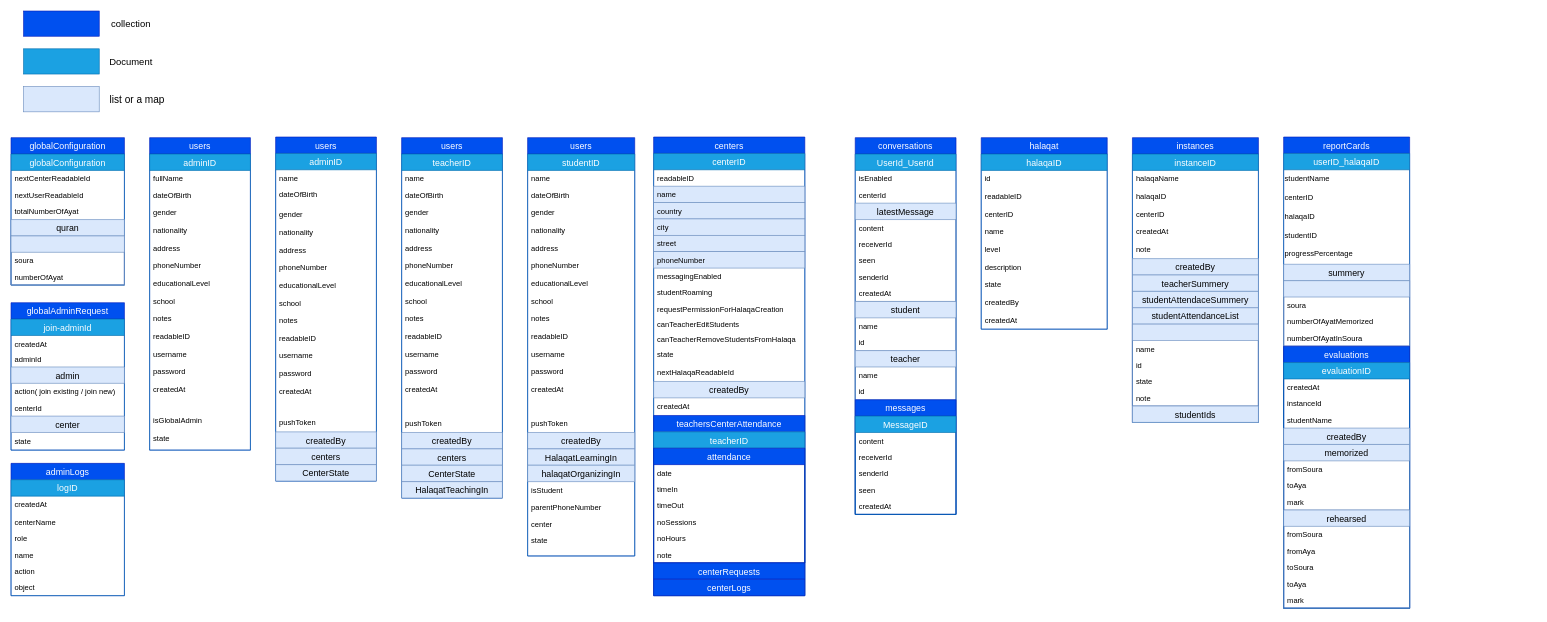
Yacine-Benali/al_halaqat keeps this draw.io diagram as page "Page-1" (1 of 3) of db_design/al halaqate.drawio. Above is the earlier version. Source tidied: cells renumbered, new cells numbered last; positions are measured from the earlier drawing's top-left corner, leaving out a move shared by most shapes. Both pictures are drawn from the tidied source at 63%, with x=0, y=0 at pixel (11, 11).
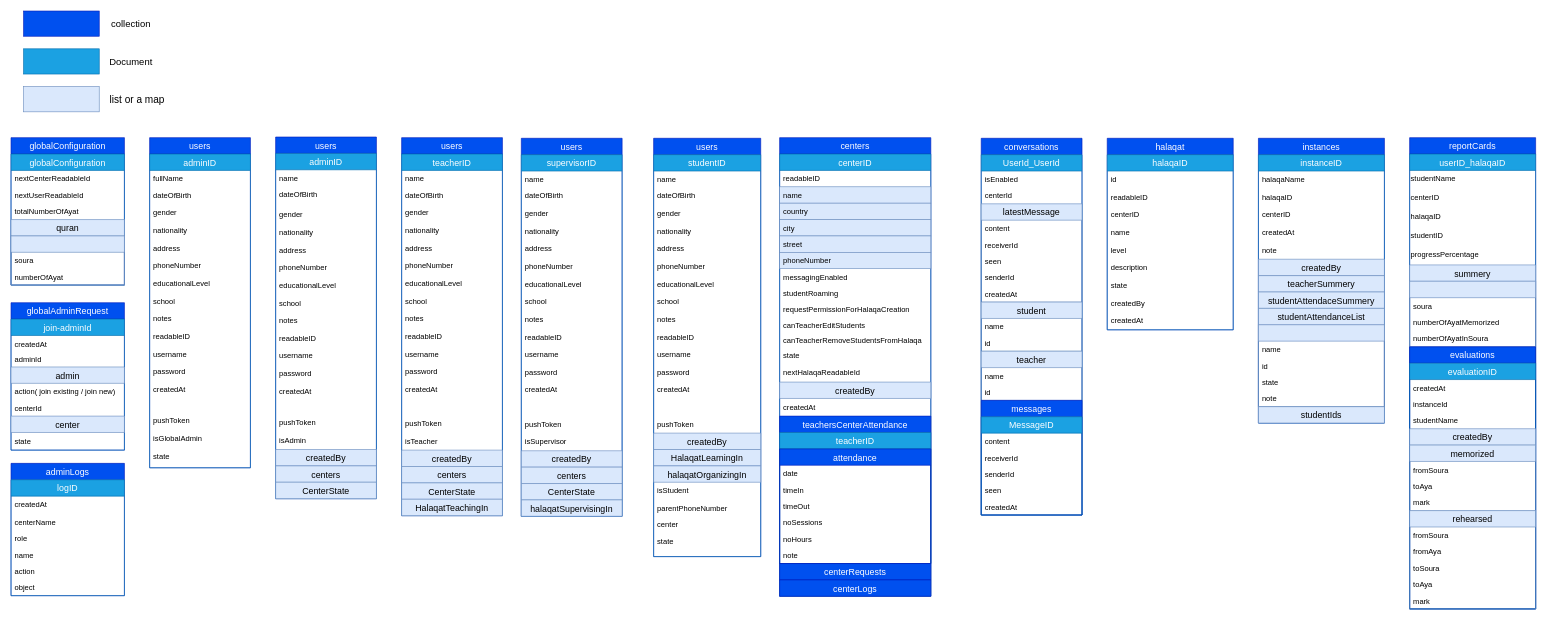
The same page after the edit.

Change to the diagram source:
```diff
@@
     <mxCell id="11" value="users" style="swimlane;fontStyle=0;horizontal=1;startSize=26;align=center;fontSize=14;fillColor=#0050ef;strokeColor=#001DBC;fontColor=#ffffff;" parent="1" vertex="1">
-      <mxGeometry x="220" y="201" width="160" height="496" as="geometry" />
+      <mxGeometry x="220" y="201" width="160" height="524" as="geometry" />
     </mxCell>
     <mxCell id="12" value="adminID" style="swimlane;fontStyle=0;horizontal=1;startSize=26;align=center;fontSize=14;fillColor=#1ba1e2;strokeColor=#006EAF;fontColor=#ffffff;" parent="11" vertex="1">
-      <mxGeometry y="26" width="160" height="470" as="geometry" />
+      <mxGeometry y="26" width="160" height="498" as="geometry" />
     </mxCell>
@@
+    <mxCell id="220" value="pushToken&#10;" style="text;strokeColor=none;fillColor=none;spacingLeft=4;spacingRight=4;overflow=hidden;fontSize=12;" parent="12" vertex="1">
+      <mxGeometry y="410" width="160" height="28" as="geometry" />
+    </mxCell>
     <mxCell id="26" value="isGlobalAdmin" style="text;strokeColor=none;fillColor=none;spacingLeft=4;spacingRight=4;overflow=hidden;fontSize=12;" parent="12" vertex="1">
-      <mxGeometry y="410" width="160" height="28" as="geometry" />
+      <mxGeometry y="438" width="160" height="28" as="geometry" />
     </mxCell>
     <mxCell id="27" value="state" style="text;strokeColor=none;fillColor=none;spacingLeft=4;spacingRight=4;overflow=hidden;fontSize=12;" parent="12" vertex="1">
-      <mxGeometry y="438" width="160" height="32" as="geometry" />
+      <mxGeometry y="466" width="160" height="32" as="geometry" />
     </mxCell>
     <mxCell id="28" value="users" style="swimlane;fontStyle=0;horizontal=1;startSize=26;align=center;fontSize=14;fillColor=#0050ef;strokeColor=#001DBC;fontColor=#ffffff;" parent="1" vertex="1">
-      <mxGeometry x="420" y="200" width="160" height="546" as="geometry" />
+      <mxGeometry x="420" y="200" width="160" height="574" as="geometry" />
     </mxCell>
     <mxCell id="29" value="adminID" style="swimlane;fontStyle=0;horizontal=1;startSize=26;align=center;fontSize=14;fillColor=#1ba1e2;strokeColor=#006EAF;fontColor=#ffffff;" parent="28" vertex="1">
-      <mxGeometry y="26" width="160" height="520" as="geometry" />
+      <mxGeometry y="26" width="160" height="548" as="geometry" />
     </mxCell>
@@
+    <mxCell id="221" value="isAdmin" style="text;strokeColor=none;fillColor=none;spacingLeft=4;spacingRight=4;overflow=hidden;fontSize=12;" parent="29" vertex="1">
+      <mxGeometry y="442" width="160" height="28" as="geometry" />
+    </mxCell>
     <mxCell id="44" value="createdBy" style="swimlane;fontStyle=0;horizontal=1;startSize=26;align=center;fontSize=14;fillColor=#dae8fc;strokeColor=#6c8ebf;" parent="29" vertex="1" collapsed="1">
-      <mxGeometry y="442" width="160" height="26" as="geometry" />
+      <mxGeometry y="470" width="160" height="26" as="geometry" />
     </mxCell>
     <mxCell id="45" value="centers" style="swimlane;fontStyle=0;horizontal=1;startSize=26;align=center;fontSize=14;fillColor=#dae8fc;strokeColor=#6c8ebf;" parent="29" vertex="1" collapsed="1">
-      <mxGeometry y="468" width="160" height="26" as="geometry" />
+      <mxGeometry y="496" width="160" height="26" as="geometry" />
     </mxCell>
     <mxCell id="46" value="CenterState" style="swimlane;fontStyle=0;horizontal=1;startSize=26;align=center;fontSize=14;fillColor=#dae8fc;strokeColor=#6c8ebf;" parent="29" vertex="1" collapsed="1">
-      <mxGeometry y="494" width="160" height="26" as="geometry" />
+      <mxGeometry y="522" width="160" height="26" as="geometry" />
     </mxCell>
     <mxCell id="47" value="users" style="swimlane;fontStyle=0;horizontal=1;startSize=26;align=center;fontSize=14;fillColor=#0050ef;strokeColor=#001DBC;fontColor=#ffffff;" parent="1" vertex="1">
-      <mxGeometry x="620" y="201" width="160" height="572" as="geometry" />
+      <mxGeometry x="620" y="201" width="160" height="600" as="geometry" />
     </mxCell>
     <mxCell id="48" value="teacherID" style="swimlane;fontStyle=0;horizontal=1;startSize=26;align=center;fontSize=14;fillColor=#1ba1e2;strokeColor=#006EAF;fontColor=#ffffff;" parent="47" vertex="1">
-      <mxGeometry y="26" width="160" height="546" as="geometry" />
+      <mxGeometry y="26" width="160" height="574" as="geometry" />
     </mxCell>
@@
+    <mxCell id="222" value="isTeacher" style="text;strokeColor=none;fillColor=none;spacingLeft=4;spacingRight=4;overflow=hidden;fontSize=12;" parent="48" vertex="1">
+      <mxGeometry y="442" width="160" height="28" as="geometry" />
+    </mxCell>
     <mxCell id="63" value="createdBy" style="swimlane;fontStyle=0;horizontal=1;startSize=26;align=center;fontSize=14;fillColor=#dae8fc;strokeColor=#6c8ebf;" parent="48" vertex="1" collapsed="1">
-      <mxGeometry y="442" width="160" height="26" as="geometry" />
+      <mxGeometry y="470" width="160" height="26" as="geometry" />
     </mxCell>
     <mxCell id="64" value="centers" style="swimlane;fontStyle=0;horizontal=1;startSize=26;align=center;fontSize=14;fillColor=#dae8fc;strokeColor=#6c8ebf;" parent="48" vertex="1" collapsed="1">
-      <mxGeometry y="468" width="160" height="26" as="geometry" />
+      <mxGeometry y="496" width="160" height="26" as="geometry" />
     </mxCell>
     <mxCell id="65" value="CenterState" style="swimlane;fontStyle=0;horizontal=1;startSize=26;align=center;fontSize=14;fillColor=#dae8fc;strokeColor=#6c8ebf;" parent="48" vertex="1" collapsed="1">
-      <mxGeometry y="494" width="160" height="26" as="geometry" />
+      <mxGeometry y="522" width="160" height="26" as="geometry" />
     </mxCell>
     <mxCell id="66" value="HalaqatTeachingIn" style="swimlane;fontStyle=0;horizontal=1;startSize=26;align=center;fontSize=14;fillColor=#dae8fc;strokeColor=#6c8ebf;" parent="48" vertex="1" collapsed="1">
-      <mxGeometry y="520" width="160" height="26" as="geometry" />
+      <mxGeometry y="548" width="160" height="26" as="geometry" />
     </mxCell>
     <mxCell id="67" value="users" style="swimlane;fontStyle=0;horizontal=1;startSize=26;align=center;fontSize=14;fillColor=#0050ef;strokeColor=#001DBC;fontColor=#ffffff;" parent="1" vertex="1">
-      <mxGeometry x="820" y="201" width="170" height="664" as="geometry" />
+      <mxGeometry x="1020" y="202" width="170" height="664" as="geometry" />
     </mxCell>
@@
     <mxCell id="90" value="centers" style="swimlane;fontStyle=0;horizontal=1;startSize=26;align=center;fontSize=14;fillColor=#0050ef;strokeColor=#001DBC;fontColor=#ffffff;" parent="1" vertex="1">
-      <mxGeometry x="1020" y="200" width="240" height="728" as="geometry" />
+      <mxGeometry x="1220" y="201" width="240" height="728" as="geometry" />
     </mxCell>
@@
     <mxCell id="124" value="conversations" style="swimlane;fontStyle=0;horizontal=1;startSize=26;align=center;fontSize=14;fillColor=#0050ef;strokeColor=#001DBC;fontColor=#ffffff;" parent="1" vertex="1">
-      <mxGeometry x="1340" y="201" width="160" height="598" as="geometry" />
+      <mxGeometry x="1540" y="202" width="160" height="598" as="geometry" />
     </mxCell>
@@
     <mxCell id="147" value="halaqat" style="swimlane;fontStyle=0;horizontal=1;startSize=26;align=center;fontSize=14;fillColor=#0050ef;strokeColor=#001DBC;fontColor=#ffffff;" parent="1" vertex="1">
-      <mxGeometry x="1540" y="201" width="200" height="304" as="geometry" />
+      <mxGeometry x="1740" y="202" width="200" height="304" as="geometry" />
     </mxCell>
@@
     <mxCell id="158" value="instances" style="swimlane;fontStyle=0;horizontal=1;startSize=26;align=center;fontSize=14;fillColor=#0050ef;strokeColor=#001DBC;fontColor=#ffffff;" parent="1" vertex="1">
-      <mxGeometry x="1780" y="201" width="200" height="452" as="geometry" />
+      <mxGeometry x="1980" y="202" width="200" height="452" as="geometry" />
     </mxCell>
@@
     <mxCell id="175" value="reportCards" style="swimlane;fontStyle=0;horizontal=1;startSize=26;align=center;fontSize=14;fillColor=#0050ef;strokeColor=#001DBC;fontColor=#ffffff;" parent="1" vertex="1">
-      <mxGeometry x="2020" y="200" width="200" height="748" as="geometry" />
+      <mxGeometry x="2220" y="201" width="200" height="748" as="geometry" />
     </mxCell>
@@
+    <mxCell id="223" value="users" style="swimlane;fontStyle=0;horizontal=1;startSize=26;align=center;fontSize=14;fillColor=#0050ef;strokeColor=#001DBC;fontColor=#ffffff;" parent="1" vertex="1">
+      <mxGeometry x="810" y="202" width="160" height="600" as="geometry" />
+    </mxCell>
+    <mxCell id="224" value="supervisorID" style="swimlane;fontStyle=0;horizontal=1;startSize=26;align=center;fontSize=14;fillColor=#1ba1e2;strokeColor=#006EAF;fontColor=#ffffff;" parent="223" vertex="1">
+      <mxGeometry y="26" width="160" height="574" as="geometry" />
+    </mxCell>
+    <mxCell id="225" value="name" style="text;spacingLeft=4;spacingRight=4;overflow=hidden;fontSize=12;" parent="224" vertex="1">
+      <mxGeometry y="26" width="160" height="26" as="geometry" />
+    </mxCell>
+    <mxCell id="226" value="dateOfBirth" style="text;strokeColor=none;fillColor=none;spacingLeft=4;spacingRight=4;overflow=hidden;fontSize=12;" parent="224" vertex="1">
+      <mxGeometry y="52" width="160" height="28" as="geometry" />
+    </mxCell>
+    <mxCell id="227" value="gender" style="text;strokeColor=none;fillColor=none;spacingLeft=4;spacingRight=4;overflow=hidden;fontSize=12;" parent="224" vertex="1">
+      <mxGeometry y="80" width="160" height="28" as="geometry" />
+    </mxCell>
+    <mxCell id="228" value="nationality" style="text;strokeColor=none;fillColor=none;spacingLeft=4;spacingRight=4;overflow=hidden;fontSize=12;" parent="224" vertex="1">
+      <mxGeometry y="108" width="160" height="28" as="geometry" />
+    </mxCell>
+    <mxCell id="229" value="address" style="text;strokeColor=none;fillColor=none;spacingLeft=4;spacingRight=4;overflow=hidden;fontSize=12;" parent="224" vertex="1">
+      <mxGeometry y="136" width="160" height="28" as="geometry" />
+    </mxCell>
+    <mxCell id="230" value="phoneNumber" style="text;strokeColor=none;fillColor=none;spacingLeft=4;spacingRight=4;overflow=hidden;fontSize=12;" parent="224" vertex="1">
+      <mxGeometry y="164" width="160" height="28" as="geometry" />
+    </mxCell>
+    <mxCell id="231" value="educationalLevel" style="text;strokeColor=none;fillColor=none;spacingLeft=4;spacingRight=4;overflow=hidden;fontSize=12;" parent="224" vertex="1">
+      <mxGeometry y="192" width="160" height="28" as="geometry" />
+    </mxCell>
+    <mxCell id="232" value="school" style="text;strokeColor=none;fillColor=none;spacingLeft=4;spacingRight=4;overflow=hidden;fontSize=12;" parent="224" vertex="1">
+      <mxGeometry y="220" width="160" height="28" as="geometry" />
+    </mxCell>
+    <mxCell id="233" value="notes" style="text;strokeColor=none;fillColor=none;spacingLeft=4;spacingRight=4;overflow=hidden;fontSize=12;" parent="224" vertex="1">
+      <mxGeometry y="248" width="160" height="28" as="geometry" />
+    </mxCell>
+    <mxCell id="234" value="readableID" style="text;strokeColor=none;fillColor=none;spacingLeft=4;spacingRight=4;overflow=hidden;fontSize=12;" parent="224" vertex="1">
+      <mxGeometry y="276" width="160" height="28" as="geometry" />
+    </mxCell>
+    <mxCell id="235" value="username" style="text;strokeColor=none;fillColor=none;spacingLeft=4;spacingRight=4;overflow=hidden;fontSize=12;" parent="224" vertex="1">
+      <mxGeometry y="304" width="160" height="28" as="geometry" />
+    </mxCell>
+    <mxCell id="236" value="password" style="text;strokeColor=none;fillColor=none;spacingLeft=4;spacingRight=4;overflow=hidden;fontSize=12;" parent="224" vertex="1">
+      <mxGeometry y="332" width="160" height="28" as="geometry" />
+    </mxCell>
+    <mxCell id="237" value="createdAt" style="text;strokeColor=none;fillColor=none;spacingLeft=4;spacingRight=4;overflow=hidden;fontSize=12;" parent="224" vertex="1">
+      <mxGeometry y="360" width="160" height="54" as="geometry" />
+    </mxCell>
+    <mxCell id="238" value="pushToken&#10;" style="text;strokeColor=none;fillColor=none;spacingLeft=4;spacingRight=4;overflow=hidden;fontSize=12;" parent="224" vertex="1">
+      <mxGeometry y="414" width="160" height="28" as="geometry" />
+    </mxCell>
+    <mxCell id="239" value="isSupervisor" style="text;strokeColor=none;fillColor=none;spacingLeft=4;spacingRight=4;overflow=hidden;fontSize=12;" parent="224" vertex="1">
+      <mxGeometry y="442" width="160" height="28" as="geometry" />
+    </mxCell>
+    <mxCell id="240" value="createdBy" style="swimlane;fontStyle=0;horizontal=1;startSize=26;align=center;fontSize=14;fillColor=#dae8fc;strokeColor=#6c8ebf;" parent="224" vertex="1" collapsed="1">
+      <mxGeometry y="470" width="160" height="26" as="geometry" />
+    </mxCell>
+    <mxCell id="241" value="centers" style="swimlane;fontStyle=0;horizontal=1;startSize=26;align=center;fontSize=14;fillColor=#dae8fc;strokeColor=#6c8ebf;" parent="224" vertex="1" collapsed="1">
+      <mxGeometry y="496" width="160" height="26" as="geometry" />
+    </mxCell>
+    <mxCell id="242" value="CenterState" style="swimlane;fontStyle=0;horizontal=1;startSize=26;align=center;fontSize=14;fillColor=#dae8fc;strokeColor=#6c8ebf;" parent="224" vertex="1" collapsed="1">
+      <mxGeometry y="522" width="160" height="26" as="geometry" />
+    </mxCell>
+    <mxCell id="243" value="halaqatSupervisingIn" style="swimlane;fontStyle=0;horizontal=1;startSize=26;align=center;fontSize=14;fillColor=#dae8fc;strokeColor=#6c8ebf;" parent="224" vertex="1" collapsed="1">
+      <mxGeometry y="548" width="160" height="26" as="geometry" />
+    </mxCell>
```
